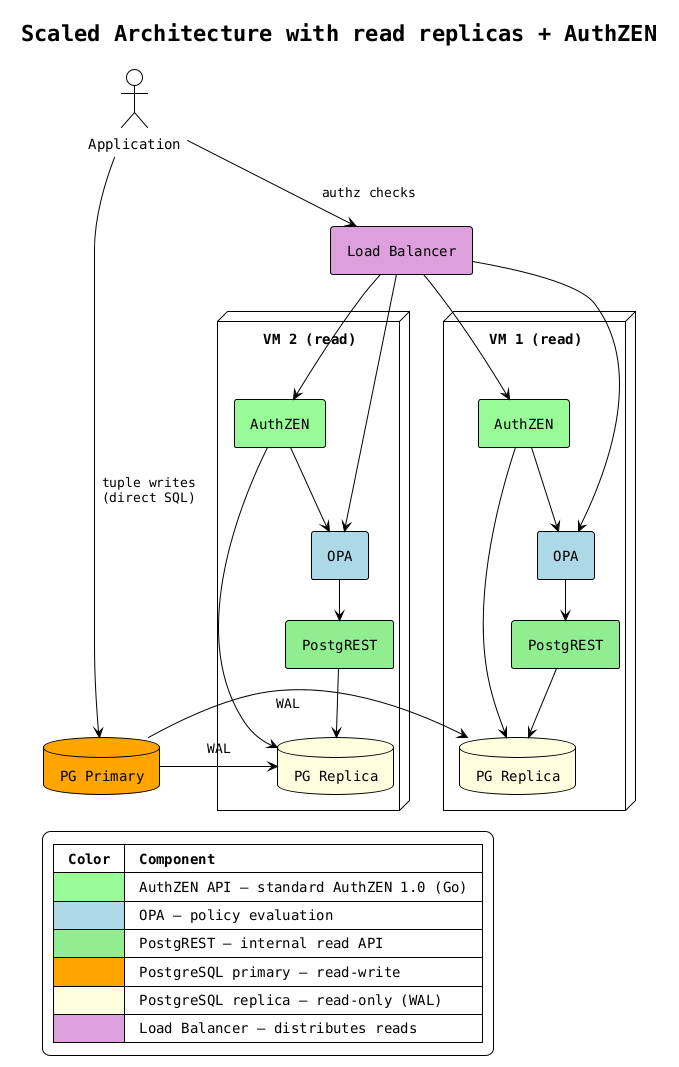
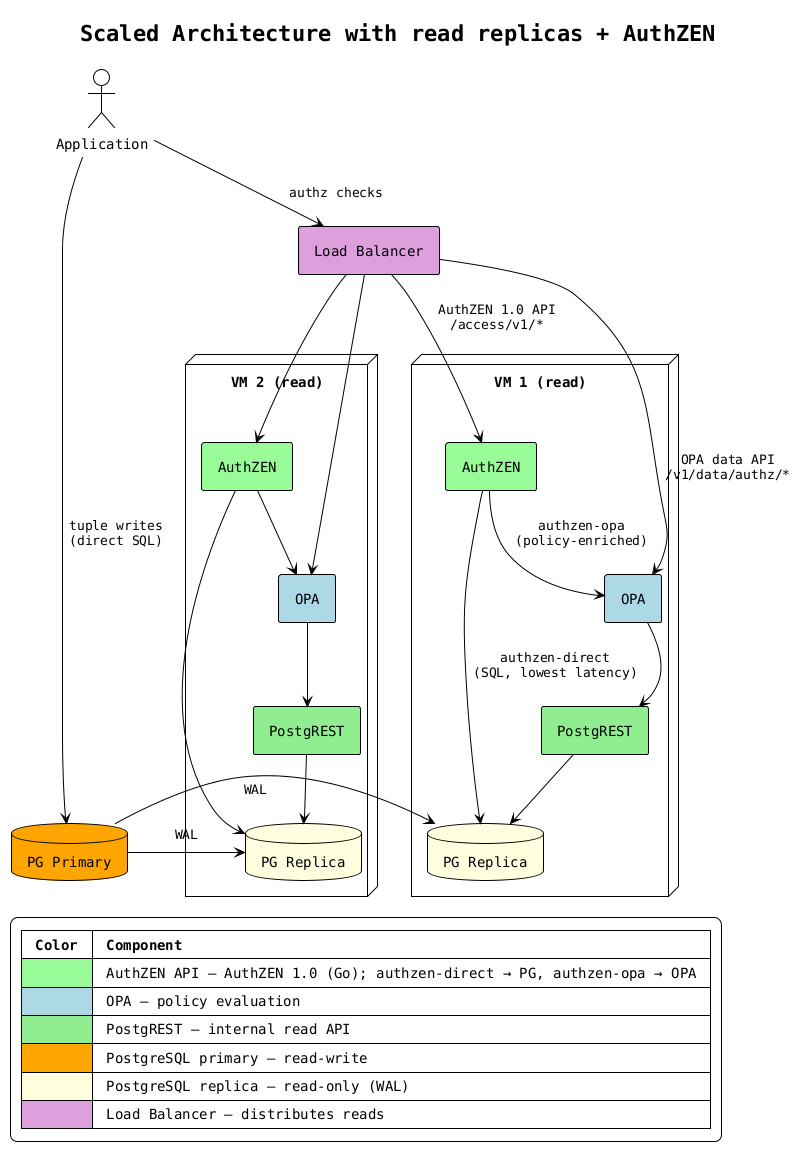
- @startuml architecture-scaled
+ @startuml architecture-read-scaled

!theme plain
skinparam backgroundColor white
skinparam componentStyle rectangle
skinparam defaultFontName monospaced
skinparam nodesep 50
skinparam ranksep 40
skinparam padding 6

title Scaled Architecture with read replicas + AuthZEN

actor "Application" as app3

component "Load Balancer" as lb #Plum

node "VM 1 (read)" as vm1 {
    component "OPA" as opa3a #LightBlue
    component "AuthZEN" as az3a #PaleGreen
    component "PostgREST" as pgrst3a #LightGreen
    database "PG Replica" as pgr3a #LightYellow
}

node "VM 2 (read)" as vm2 {
    component "OPA" as opa3b #LightBlue
    component "AuthZEN" as az3b #PaleGreen
    component "PostgREST" as pgrst3b #LightGreen
    database "PG Replica" as pgr3b #LightYellow
}

database "PG Primary" as pgp3 #Orange

' Read path
app3 -down-> lb : "authz checks"
- lb -down-> opa3a
+ lb -down-> opa3a : "OPA data API\n/v1/data/authz/*"
lb -down-> opa3b
- lb -down-> az3a
+ lb -down-> az3a : "AuthZEN 1.0 API\n/access/v1/*"
lb -down-> az3b
opa3a -down-> pgrst3a
opa3b -down-> pgrst3b
- az3a -down-> opa3a
- az3a -down-> pgr3a
+ az3a -down-> opa3a : "authzen-opa\n(policy-enriched)"
+ az3a -down-> pgr3a : "authzen-direct\n(SQL, lowest latency)"
az3b -down-> opa3b
az3b -down-> pgr3b
pgrst3a -down-> pgr3a
pgrst3b -down-> pgr3b

' Writes go to primary
app3 -down-> pgp3 : "tuple writes\n(direct SQL)"

' Replication
pgp3 -right-> pgr3a : "  WAL  "
pgp3 -right-> pgr3b : "  WAL  "

legend bottom left
  |= Color |= Component |
-   | <#PaleGreen> | AuthZEN API — standard AuthZEN 1.0 (Go) |
+   | <#PaleGreen> | AuthZEN API — AuthZEN 1.0 (Go); authzen-direct → PG, authzen-opa → OPA |
  | <#LightBlue> | OPA — policy evaluation |
  | <#LightGreen> | PostgREST — internal read API |
  | <#Orange> | PostgreSQL primary — read-write |
  | <#LightYellow> | PostgreSQL replica — read-only (WAL) |
  | <#Plum> | Load Balancer — distributes reads |
end legend

@enduml
